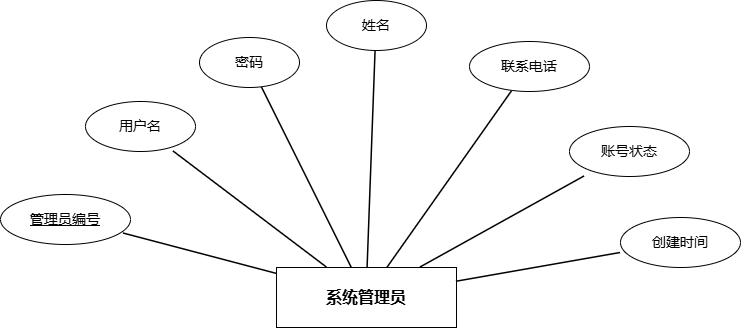
Before: docs/PaperImages/实体图/系统管理员实体图.drawio.png, a diagram exported from draw.io (Dean-op/forest_fire). Source tidied: cells renumbered, new cells last; positions are measured from the earlier drawing's top-left corner, leaving out a move shared by most shapes.
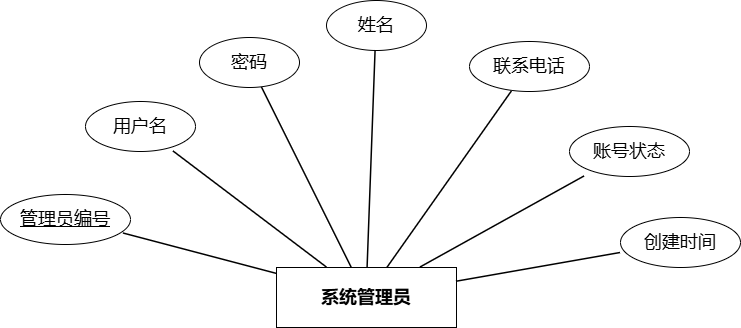
After the change.

What changed in the source:
```diff
@@ -2,49 +2,49 @@
   <root>
     <mxCell id="0" />
     <mxCell id="1" parent="0" />
-    <mxCell id="2" value="系统管理员" style="shape=rectangle;whiteSpace=wrap;html=1;strokeWidth=1;fontSize=16;fontStyle=1;labelBackgroundColor=none;" parent="1" vertex="1">
+    <mxCell id="2" value="系统管理员" style="shape=rectangle;whiteSpace=wrap;html=1;strokeWidth=1;fontSize=18;fontStyle=1;labelBackgroundColor=none;" parent="1" vertex="1">
       <mxGeometry x="276" y="267" width="180" height="60" as="geometry" />
     </mxCell>
-    <mxCell id="3" value="&lt;u&gt;管理员编号&lt;/u&gt;" style="shape=ellipse;whiteSpace=wrap;html=1;strokeWidth=1;fontSize=14;labelBackgroundColor=none;" parent="1" vertex="1">
+    <mxCell id="3" value="&lt;u&gt;管理员编号&lt;/u&gt;" style="shape=ellipse;whiteSpace=wrap;html=1;strokeWidth=1;fontSize=18;labelBackgroundColor=none;" parent="1" vertex="1">
       <mxGeometry y="194" width="130" height="50" as="geometry" />
     </mxCell>
-    <mxCell id="4" value="用户名" style="shape=ellipse;whiteSpace=wrap;html=1;strokeWidth=1;fontSize=14;labelBackgroundColor=none;" parent="1" vertex="1">
+    <mxCell id="4" value="用户名" style="shape=ellipse;whiteSpace=wrap;html=1;strokeWidth=1;fontSize=18;labelBackgroundColor=none;" parent="1" vertex="1">
       <mxGeometry x="85" y="101" width="110" height="50" as="geometry" />
     </mxCell>
-    <mxCell id="5" value="密码" style="shape=ellipse;whiteSpace=wrap;html=1;strokeWidth=1;fontSize=14;labelBackgroundColor=none;" parent="1" vertex="1">
+    <mxCell id="5" value="密码" style="shape=ellipse;whiteSpace=wrap;html=1;strokeWidth=1;fontSize=18;labelBackgroundColor=none;" parent="1" vertex="1">
       <mxGeometry x="199" y="37" width="100" height="50" as="geometry" />
     </mxCell>
-    <mxCell id="6" value="姓名" style="shape=ellipse;whiteSpace=wrap;html=1;strokeWidth=1;fontSize=14;labelBackgroundColor=none;" parent="1" vertex="1">
+    <mxCell id="6" value="姓名" style="shape=ellipse;whiteSpace=wrap;html=1;strokeWidth=1;fontSize=18;labelBackgroundColor=none;" parent="1" vertex="1">
       <mxGeometry x="326" width="100" height="50" as="geometry" />
     </mxCell>
-    <mxCell id="7" value="联系电话" style="shape=ellipse;whiteSpace=wrap;html=1;strokeWidth=1;fontSize=14;labelBackgroundColor=none;" parent="1" vertex="1">
+    <mxCell id="7" value="联系电话" style="shape=ellipse;whiteSpace=wrap;html=1;strokeWidth=1;fontSize=18;labelBackgroundColor=none;" parent="1" vertex="1">
       <mxGeometry x="469" y="41" width="120" height="50" as="geometry" />
     </mxCell>
-    <mxCell id="8" value="账号状态" style="shape=ellipse;whiteSpace=wrap;html=1;strokeWidth=1;fontSize=14;labelBackgroundColor=none;" parent="1" vertex="1">
+    <mxCell id="8" value="账号状态" style="shape=ellipse;whiteSpace=wrap;html=1;strokeWidth=1;fontSize=18;labelBackgroundColor=none;" parent="1" vertex="1">
       <mxGeometry x="569" y="126" width="120" height="50" as="geometry" />
     </mxCell>
-    <mxCell id="9" value="创建时间" style="shape=ellipse;whiteSpace=wrap;html=1;strokeWidth=1;fontSize=14;labelBackgroundColor=none;" parent="1" vertex="1">
+    <mxCell id="9" value="创建时间" style="shape=ellipse;whiteSpace=wrap;html=1;strokeWidth=1;fontSize=18;labelBackgroundColor=none;" parent="1" vertex="1">
       <mxGeometry x="620" y="217" width="120" height="50" as="geometry" />
     </mxCell>
-    <mxCell id="10" style="endArrow=none;rounded=0;strokeWidth=1.5;labelBackgroundColor=none;fontColor=default;entryX=0.946;entryY=0.78;entryDx=0;entryDy=0;entryPerimeter=0;" parent="1" edge="1" source="2" target="3">
+    <mxCell id="10" style="endArrow=none;rounded=0;strokeWidth=1.5;labelBackgroundColor=none;fontColor=default;entryX=0.946;entryY=0.78;entryDx=0;entryDy=0;entryPerimeter=0;fontSize=18;" parent="1" edge="1" source="2" target="3">
       <mxGeometry relative="1" as="geometry" />
     </mxCell>
-    <mxCell id="11" style="endArrow=none;rounded=0;strokeWidth=1.5;labelBackgroundColor=none;fontColor=default;" parent="1" edge="1" source="2" target="4">
+    <mxCell id="11" style="endArrow=none;rounded=0;strokeWidth=1.5;labelBackgroundColor=none;fontColor=default;fontSize=18;" parent="1" edge="1" source="2" target="4">
       <mxGeometry relative="1" as="geometry" />
     </mxCell>
-    <mxCell id="12" style="endArrow=none;rounded=0;strokeWidth=1.5;labelBackgroundColor=none;fontColor=default;" parent="1" edge="1" source="2" target="5">
+    <mxCell id="12" style="endArrow=none;rounded=0;strokeWidth=1.5;labelBackgroundColor=none;fontColor=default;fontSize=18;" parent="1" edge="1" source="2" target="5">
       <mxGeometry relative="1" as="geometry" />
     </mxCell>
-    <mxCell id="13" style="endArrow=none;rounded=0;strokeWidth=1.5;labelBackgroundColor=none;fontColor=default;" parent="1" edge="1" source="2" target="6">
+    <mxCell id="13" style="endArrow=none;rounded=0;strokeWidth=1.5;labelBackgroundColor=none;fontColor=default;fontSize=18;" parent="1" edge="1" source="2" target="6">
       <mxGeometry relative="1" as="geometry" />
     </mxCell>
-    <mxCell id="14" style="endArrow=none;rounded=0;strokeWidth=1.5;labelBackgroundColor=none;fontColor=default;" parent="1" edge="1" source="2" target="7">
+    <mxCell id="14" style="endArrow=none;rounded=0;strokeWidth=1.5;labelBackgroundColor=none;fontColor=default;fontSize=18;" parent="1" edge="1" source="2" target="7">
       <mxGeometry relative="1" as="geometry" />
     </mxCell>
-    <mxCell id="15" style="endArrow=none;rounded=0;strokeWidth=1.5;labelBackgroundColor=none;fontColor=default;" parent="1" edge="1" source="2" target="8">
+    <mxCell id="15" style="endArrow=none;rounded=0;strokeWidth=1.5;labelBackgroundColor=none;fontColor=default;fontSize=18;" parent="1" edge="1" source="2" target="8">
       <mxGeometry relative="1" as="geometry" />
     </mxCell>
-    <mxCell id="16" style="endArrow=none;rounded=0;strokeWidth=1.5;labelBackgroundColor=none;fontColor=default;" parent="1" edge="1" source="2" target="9">
+    <mxCell id="16" style="endArrow=none;rounded=0;strokeWidth=1.5;labelBackgroundColor=none;fontColor=default;fontSize=18;" parent="1" edge="1" source="2" target="9">
       <mxGeometry relative="1" as="geometry" />
     </mxCell>
   </root>
```
